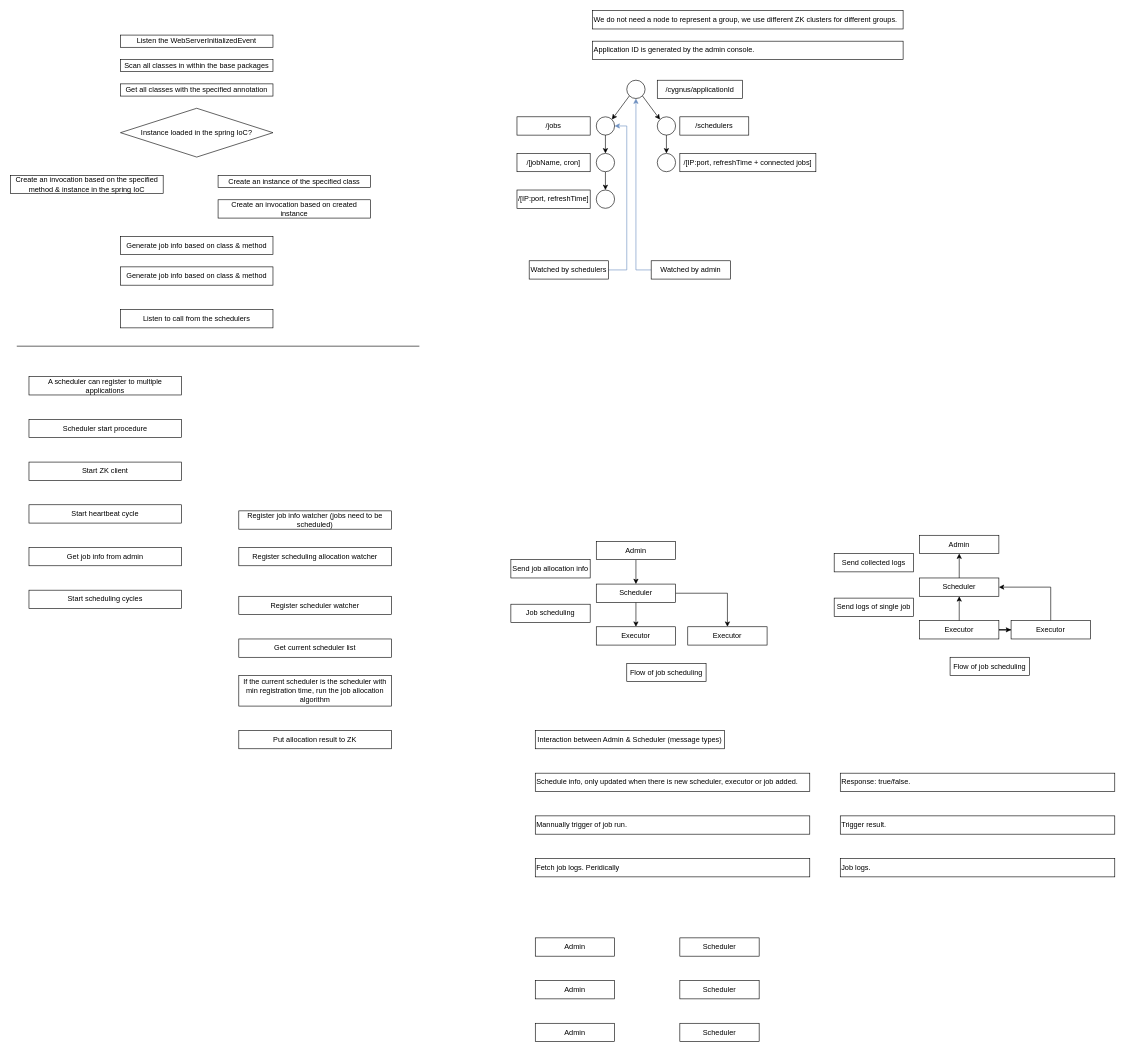
Above: Cygnus.drawio in D15190304050/drawio_charts (draw.io), before the change. Source tidied: cells renumbered, new cells numbered last; positions are measured from the earlier drawing's top-left corner, leaving out a move shared by most shapes. Both pictures are drawn from the tidied source at 61%, with x=0, y=0 at pixel (10, 10).
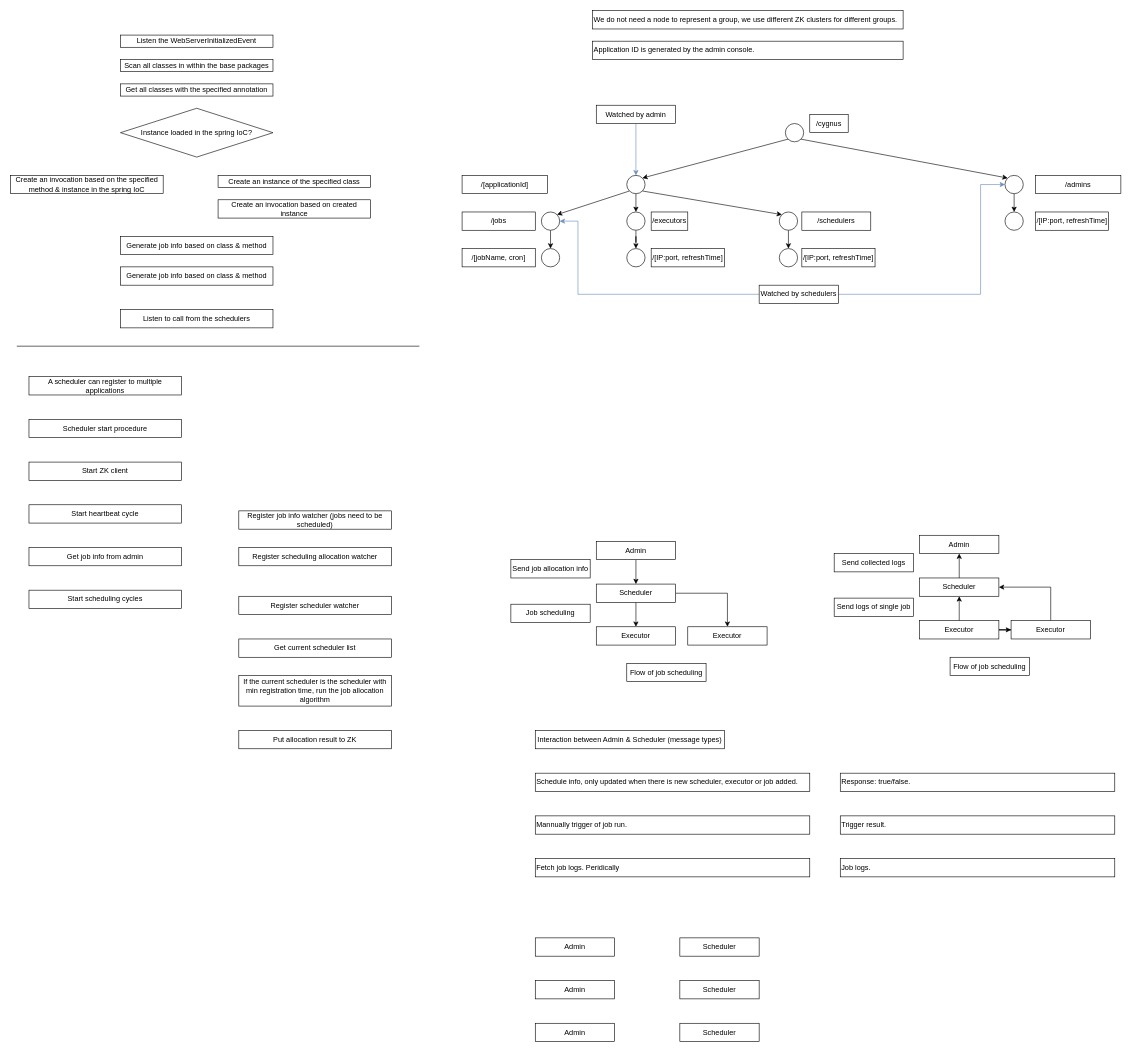
After the change.

The edit, as a diff of the source:
```diff
@@
+    <mxCell id="82" style="edgeStyle=orthogonalEdgeStyle;rounded=0;jettySize=auto;html=1;exitX=0.5;exitY=1;exitDx=0;exitDy=0;entryX=0.5;entryY=0;entryDx=0;entryDy=0;" parent="1" edge="1" source="26" target="93">
+      <mxGeometry relative="1" as="geometry" />
+    </mxCell>
     <mxCell id="26" style="ellipse;whiteSpace=wrap;html=1;" parent="1" vertex="1">
-      <mxGeometry x="1010" y="114" width="30" height="30" as="geometry" />
+      <mxGeometry x="1010" y="270" width="30" height="30" as="geometry" />
     </mxCell>
-    <mxCell id="27" value="/cygnus/applicationId" style="rounded=0;whiteSpace=wrap;html=1;" parent="1" vertex="1">
-      <mxGeometry x="1060" y="114" width="140" height="30" as="geometry" />
+    <mxCell id="27" value="/cygnus" style="rounded=0;whiteSpace=wrap;html=1;" parent="1" vertex="1">
+      <mxGeometry x="1310" y="170" width="63" height="30" as="geometry" />
     </mxCell>
@@
     <mxCell id="29" style="ellipse;whiteSpace=wrap;html=1;" parent="1" vertex="1">
-      <mxGeometry x="960" y="174" width="30" height="30" as="geometry" />
+      <mxGeometry x="870" y="330" width="30" height="30" as="geometry" />
     </mxCell>
@@
     <mxCell id="31" style="ellipse;whiteSpace=wrap;html=1;" parent="1" vertex="1">
-      <mxGeometry x="1060" y="174" width="30" height="30" as="geometry" />
+      <mxGeometry x="1260" y="330" width="30" height="30" as="geometry" />
     </mxCell>
     <mxCell id="32" value="/jobs" style="rounded=0;whiteSpace=wrap;html=1;" parent="1" vertex="1">
-      <mxGeometry x="830" y="174" width="120" height="30" as="geometry" />
+      <mxGeometry x="740" y="330" width="120" height="30" as="geometry" />
     </mxCell>
     <mxCell id="33" value="/schedulers" style="rounded=0;whiteSpace=wrap;html=1;" parent="1" vertex="1">
-      <mxGeometry x="1097" y="174" width="113" height="30" as="geometry" />
+      <mxGeometry x="1297" y="330" width="113" height="30" as="geometry" />
     </mxCell>
-    <mxCell id="34" style="edgeStyle=orthogonalEdgeStyle;rounded=0;jettySize=auto;html=1;exitX=0.5;exitY=1;exitDx=0;exitDy=0;entryX=0.5;entryY=0;entryDx=0;entryDy=0;" parent="1" edge="1" source="35" target="36">
-      <mxGeometry relative="1" as="geometry" />
-    </mxCell>
     <mxCell id="35" style="ellipse;whiteSpace=wrap;html=1;" parent="1" vertex="1">
-      <mxGeometry x="960" y="234" width="30" height="30" as="geometry" />
+      <mxGeometry x="870" y="390" width="30" height="30" as="geometry" />
     </mxCell>
-    <mxCell id="36" style="ellipse;whiteSpace=wrap;html=1;" parent="1" vertex="1">
-      <mxGeometry x="960" y="294" width="30" height="30" as="geometry" />
-    </mxCell>
     <mxCell id="37" value="/[jobName, cron]" style="rounded=0;whiteSpace=wrap;html=1;" parent="1" vertex="1">
-      <mxGeometry x="830" y="234" width="120" height="30" as="geometry" />
+      <mxGeometry x="740" y="390" width="120" height="30" as="geometry" />
     </mxCell>
@@
-    <mxCell id="39" value="/[IP:port, refreshTime]" style="rounded=0;whiteSpace=wrap;html=1;" parent="1" vertex="1">
-      <mxGeometry x="830" y="294" width="120" height="30" as="geometry" />
-    </mxCell>
     <mxCell id="40" style="ellipse;whiteSpace=wrap;html=1;" parent="1" vertex="1">
-      <mxGeometry x="1060" y="234" width="30" height="30" as="geometry" />
+      <mxGeometry x="1260" y="390" width="30" height="30" as="geometry" />
     </mxCell>
@@
-    <mxCell id="42" value="/[IP:port, refreshTime + connected jobs]" style="rounded=0;whiteSpace=wrap;html=1;" parent="1" vertex="1">
-      <mxGeometry x="1097" y="234" width="223" height="30" as="geometry" />
-    </mxCell>
@@
-    <mxCell id="44" style="edgeStyle=orthogonalEdgeStyle;rounded=0;jettySize=auto;html=1;exitX=1;exitY=0.5;exitDx=0;exitDy=0;entryX=1;entryY=0.5;entryDx=0;entryDy=0;fillColor=#dae8fc;strokeColor=#6c8ebf;" parent="1" edge="1" source="45" target="29">
-      <mxGeometry relative="1" as="geometry" />
+    <mxCell id="44" style="edgeStyle=orthogonalEdgeStyle;rounded=0;jettySize=auto;html=1;exitX=0;exitY=0.5;exitDx=0;exitDy=0;entryX=1;entryY=0.5;entryDx=0;entryDy=0;fillColor=#dae8fc;strokeColor=#6c8ebf;" parent="1" edge="1" source="45" target="29">
+      <mxGeometry relative="1" as="geometry">
+        <Array as="points">
+          <mxPoint x="930" y="465" />
+          <mxPoint x="930" y="345" />
+        </Array>
+      </mxGeometry>
     </mxCell>
+    <mxCell id="83" style="edgeStyle=orthogonalEdgeStyle;rounded=0;jettySize=auto;html=1;exitX=1;exitY=0.5;exitDx=0;exitDy=0;entryX=0;entryY=0.5;entryDx=0;entryDy=0;fillColor=#dae8fc;strokeColor=#6c8ebf;" parent="1" edge="1" source="45" target="89">
+      <mxGeometry relative="1" as="geometry">
+        <Array as="points">
+          <mxPoint x="1590" y="465" />
+          <mxPoint x="1590" y="285" />
+        </Array>
+      </mxGeometry>
+    </mxCell>
     <mxCell id="45" value="Watched by schedulers" style="rounded=0;whiteSpace=wrap;html=1;" parent="1" vertex="1">
-      <mxGeometry x="850" y="410" width="130" height="30" as="geometry" />
+      <mxGeometry x="1227" y="450" width="130" height="30" as="geometry" />
     </mxCell>
-    <mxCell id="46" style="edgeStyle=orthogonalEdgeStyle;rounded=0;jettySize=auto;html=1;exitX=0;exitY=0.5;exitDx=0;exitDy=0;entryX=0.5;entryY=1;entryDx=0;entryDy=0;fillColor=#dae8fc;strokeColor=#6c8ebf;" parent="1" edge="1" source="47" target="26">
+    <mxCell id="46" style="edgeStyle=orthogonalEdgeStyle;rounded=0;jettySize=auto;html=1;exitX=0.5;exitY=1;exitDx=0;exitDy=0;entryX=0.5;entryY=0;entryDx=0;entryDy=0;fillColor=#dae8fc;strokeColor=#6c8ebf;" parent="1" edge="1" source="47" target="26">
       <mxGeometry relative="1" as="geometry" />
     </mxCell>
     <mxCell id="47" value="Watched by admin" style="rounded=0;whiteSpace=wrap;html=1;" parent="1" vertex="1">
-      <mxGeometry x="1050" y="410" width="130" height="30" as="geometry" />
+      <mxGeometry x="960" y="155" width="130" height="30" as="geometry" />
     </mxCell>
@@
+    <mxCell id="84" style="rounded=0;jettySize=auto;html=1;exitX=0;exitY=1;exitDx=0;exitDy=0;entryX=1;entryY=0;entryDx=0;entryDy=0;" parent="1" edge="1" source="86" target="26">
+      <mxGeometry relative="1" as="geometry" />
+    </mxCell>
+    <mxCell id="85" style="rounded=0;jettySize=auto;html=1;exitX=1;exitY=1;exitDx=0;exitDy=0;entryX=0;entryY=0;entryDx=0;entryDy=0;" parent="1" edge="1" source="86" target="89">
+      <mxGeometry relative="1" as="geometry" />
+    </mxCell>
+    <mxCell id="86" style="ellipse;whiteSpace=wrap;html=1;" parent="1" vertex="1">
+      <mxGeometry x="1270" y="185" width="30" height="30" as="geometry" />
+    </mxCell>
+    <mxCell id="87" value="/[applicationId]" style="rounded=0;whiteSpace=wrap;html=1;" parent="1" vertex="1">
+      <mxGeometry x="740" y="270" width="140" height="30" as="geometry" />
+    </mxCell>
+    <mxCell id="88" style="edgeStyle=orthogonalEdgeStyle;rounded=0;jettySize=auto;html=1;exitX=0.5;exitY=1;exitDx=0;exitDy=0;entryX=0.5;entryY=0;entryDx=0;entryDy=0;" parent="1" edge="1" source="89" target="91">
+      <mxGeometry relative="1" as="geometry" />
+    </mxCell>
+    <mxCell id="89" style="ellipse;whiteSpace=wrap;html=1;" parent="1" vertex="1">
+      <mxGeometry x="1630" y="270" width="30" height="30" as="geometry" />
+    </mxCell>
+    <mxCell id="90" value="/admins" style="rounded=0;whiteSpace=wrap;html=1;" parent="1" vertex="1">
+      <mxGeometry x="1680" y="270" width="140" height="30" as="geometry" />
+    </mxCell>
+    <mxCell id="91" style="ellipse;whiteSpace=wrap;html=1;" parent="1" vertex="1">
+      <mxGeometry x="1630" y="330" width="30" height="30" as="geometry" />
+    </mxCell>
+    <mxCell id="92" style="edgeStyle=orthogonalEdgeStyle;rounded=0;jettySize=auto;html=1;exitX=0.5;exitY=1;exitDx=0;exitDy=0;" parent="1" edge="1" source="93" target="95">
+      <mxGeometry relative="1" as="geometry" />
+    </mxCell>
+    <mxCell id="93" style="ellipse;whiteSpace=wrap;html=1;" parent="1" vertex="1">
+      <mxGeometry x="1010" y="330" width="30" height="30" as="geometry" />
+    </mxCell>
+    <mxCell id="94" value="/executors" style="rounded=0;whiteSpace=wrap;html=1;" parent="1" vertex="1">
+      <mxGeometry x="1050" y="330" width="60" height="30" as="geometry" />
+    </mxCell>
+    <mxCell id="95" style="ellipse;whiteSpace=wrap;html=1;" parent="1" vertex="1">
+      <mxGeometry x="1010" y="390" width="30" height="30" as="geometry" />
+    </mxCell>
+    <mxCell id="96" value="/[IP:port, refreshTime]" style="rounded=0;whiteSpace=wrap;html=1;" parent="1" vertex="1">
+      <mxGeometry x="1050" y="390" width="120" height="30" as="geometry" />
+    </mxCell>
+    <mxCell id="97" value="/[IP:port, refreshTime]" style="rounded=0;whiteSpace=wrap;html=1;" parent="1" vertex="1">
+      <mxGeometry x="1297" y="390" width="120" height="30" as="geometry" />
+    </mxCell>
+    <mxCell id="98" value="/[IP:port, refreshTime]" style="rounded=0;whiteSpace=wrap;html=1;" parent="1" vertex="1">
+      <mxGeometry x="1680" y="330" width="120" height="30" as="geometry" />
+    </mxCell>
```
